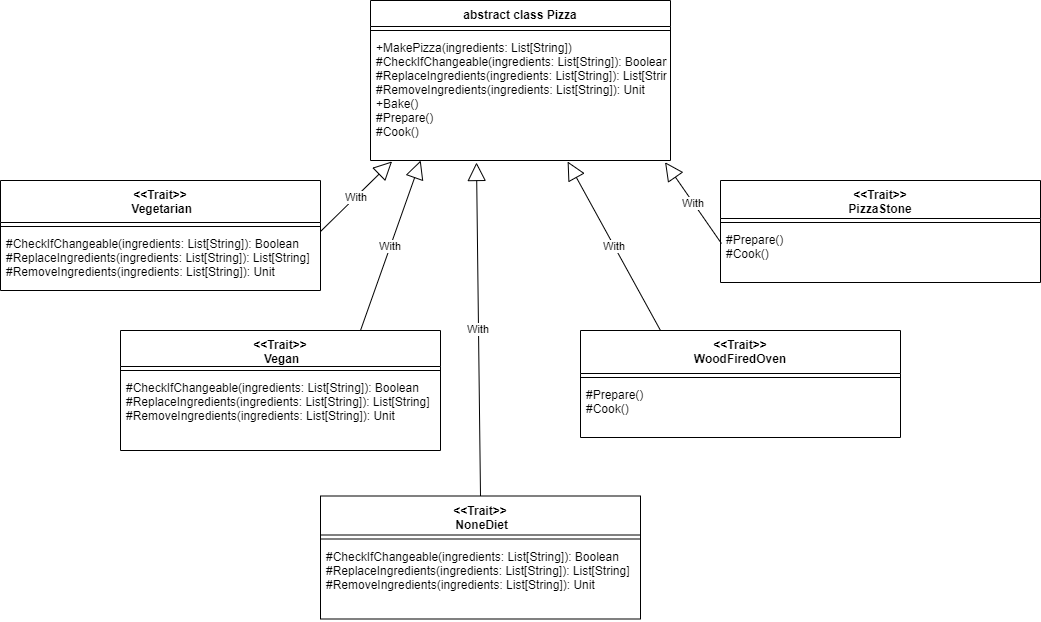
Before: mixin diagram/mixin.png, a diagram exported from draw.io (gabrielezi/PSP). Source tidied: cells renumbered, new cells last; positions are measured from the earlier drawing's top-left corner, leaving out a move shared by most shapes.
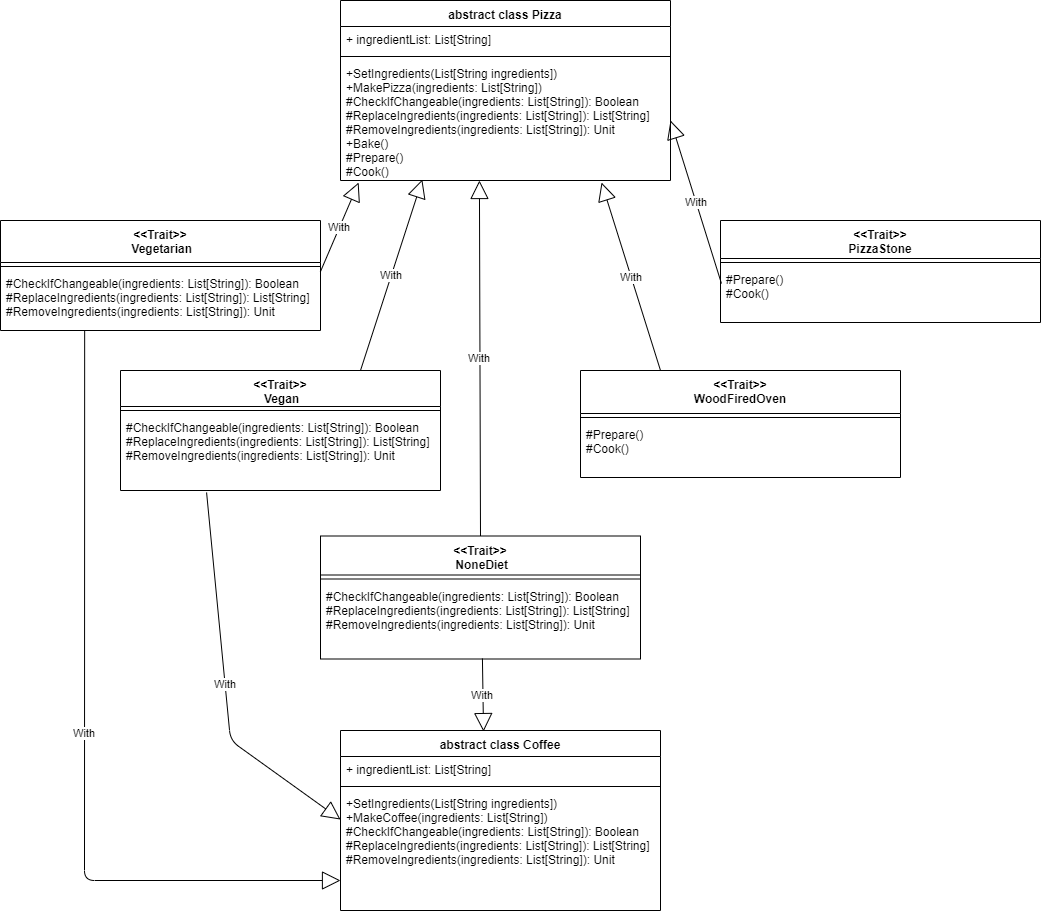
Later version of the same file.

The edit, as a diff of the source:
```diff
@@ -2,35 +2,18 @@
   <root>
     <mxCell id="0" />
     <mxCell id="1" parent="0" />
-    <mxCell id="2" value="With" style="endArrow=block;endSize=16;endFill=0;html=1;entryX=0.253;entryY=1.007;entryDx=0;entryDy=0;entryPerimeter=0;exitX=1;exitY=0.017;exitDx=0;exitDy=0;exitPerimeter=0;" parent="1" edge="1" source="11">
-      <mxGeometry relative="1" as="geometry">
-        <mxPoint x="391.6" y="160.9" as="targetPoint" />
-      </mxGeometry>
+    <mxCell id="2" value="With" style="endArrow=block;endSize=16;endFill=0;html=1;entryX=0.055;entryY=1.017;entryDx=0;entryDy=0;entryPerimeter=0;exitX=1;exitY=0.017;exitDx=0;exitDy=0;exitPerimeter=0;" parent="1" edge="1" source="11" target="27">
+      <mxGeometry relative="1" as="geometry" />
     </mxCell>
-    <mxCell id="3" value="With" style="endArrow=block;endSize=16;endFill=0;html=1;entryX=0.385;entryY=1;entryDx=0;entryDy=0;entryPerimeter=0;exitX=0.75;exitY=0;exitDx=0;exitDy=0;" parent="1" edge="1" source="15">
-      <mxGeometry relative="1" as="geometry">
-        <mxPoint x="420.2" y="160" as="targetPoint" />
-      </mxGeometry>
+    <mxCell id="3" value="With" style="endArrow=block;endSize=16;endFill=0;html=1;entryX=0.248;entryY=0.992;entryDx=0;entryDy=0;entryPerimeter=0;exitX=0.75;exitY=0;exitDx=0;exitDy=0;" parent="1" edge="1" source="15" target="27">
+      <mxGeometry relative="1" as="geometry" />
     </mxCell>
-    <mxCell id="4" value="With" style="endArrow=block;endSize=16;endFill=0;html=1;exitX=0.5;exitY=0;exitDx=0;exitDy=0;" parent="1" edge="1" source="12">
-      <mxGeometry relative="1" as="geometry">
-        <mxPoint x="476" y="162" as="targetPoint" />
-      </mxGeometry>
+    <mxCell id="4" value="With" style="endArrow=block;endSize=16;endFill=0;html=1;exitX=0.5;exitY=0;exitDx=0;exitDy=0;entryX=0.421;entryY=1;entryDx=0;entryDy=0;entryPerimeter=0;" parent="1" edge="1" source="12" target="27">
+      <mxGeometry relative="1" as="geometry" />
     </mxCell>
-    <mxCell id="5" value="With" style="endArrow=block;endSize=16;endFill=0;html=1;entryX=0.778;entryY=1.013;entryDx=0;entryDy=0;entryPerimeter=0;exitX=0.003;exitY=0.304;exitDx=0;exitDy=0;exitPerimeter=0;" parent="1" edge="1" source="23">
-      <mxGeometry relative="1" as="geometry">
-        <mxPoint x="664.6" y="161.7" as="targetPoint" />
-      </mxGeometry>
+    <mxCell id="5" value="With" style="endArrow=block;endSize=16;endFill=0;html=1;entryX=1;entryY=0.5;entryDx=0;entryDy=0;exitX=0.003;exitY=0.304;exitDx=0;exitDy=0;exitPerimeter=0;" parent="1" edge="1" source="23" target="27">
+      <mxGeometry relative="1" as="geometry" />
     </mxCell>
-    <mxCell id="6" value="abstract class Pizza" style="swimlane;fontStyle=1;align=center;verticalAlign=top;horizontal=1;startSize=26;" parent="1" vertex="1">
-      <mxGeometry x="370" width="300" height="160" as="geometry" />
-    </mxCell>
-    <mxCell id="7" style="line;strokeWidth=1;fillColor=none;align=left;verticalAlign=middle;spacingTop=-1;spacingLeft=3;spacingRight=3;labelPosition=right;" parent="6" vertex="1">
-      <mxGeometry y="26" width="300" height="8" as="geometry" />
-    </mxCell>
-    <mxCell id="8" value="+MakePizza(ingredients: List[String])&#10;#CheckIfChangeable(ingredients: List[String]): Boolean&#10;#ReplaceIngredients(ingredients: List[String]): List[String]&#10;#RemoveIngredients(ingredients: List[String]): Unit&#10;+Bake()&#10;#Prepare()&#10;#Cook()" style="text;strokeColor=none;fillColor=none;align=left;verticalAlign=top;spacingLeft=4;spacingRight=4;overflow=hidden;points=[[0,0.5],[1,0.5]];portConstraint=eastwest;" parent="6" vertex="1">
-      <mxGeometry y="34" width="300" height="126" as="geometry" />
-    </mxCell>
     <mxCell id="9" value="&lt;&lt;Trait&gt;&gt;&#10; Vegetarian" style="swimlane;fontStyle=1;align=center;verticalAlign=top;horizontal=1;startSize=42;" parent="1" vertex="1">
       <mxGeometry y="180" width="320" height="110" as="geometry" />
     </mxCell>
@@ -76,8 +59,49 @@
     <mxCell id="23" value="#Prepare()&#10;#Cook()" style="text;strokeColor=none;fillColor=none;align=left;verticalAlign=top;spacingLeft=4;spacingRight=4;overflow=hidden;points=[[0,0.5],[1,0.5]];portConstraint=eastwest;" parent="21" vertex="1">
       <mxGeometry y="46" width="320" height="56" as="geometry" />
     </mxCell>
-    <mxCell id="24" value="With" style="endArrow=block;endSize=16;endFill=0;html=1;exitX=0.25;exitY=0;exitDx=0;exitDy=0;entryX=0.657;entryY=1.008;entryDx=0;entryDy=0;entryPerimeter=0;" parent="1" edge="1" source="18" target="8">
+    <mxCell id="24" value="With" style="endArrow=block;endSize=16;endFill=0;html=1;exitX=0.25;exitY=0;exitDx=0;exitDy=0;entryX=0.791;entryY=1.017;entryDx=0;entryDy=0;entryPerimeter=0;" parent="1" edge="1" source="18" target="27">
       <mxGeometry relative="1" as="geometry" />
     </mxCell>
+    <mxCell id="6" value="abstract class Pizza" style="swimlane;fontStyle=1;align=center;verticalAlign=top;horizontal=1;startSize=26;" parent="1" vertex="1">
+      <mxGeometry x="340" y="-40" width="330" height="180" as="geometry" />
+    </mxCell>
+    <mxCell id="25" value="+ ingredientList: List[String]" style="text;strokeColor=none;fillColor=none;align=left;verticalAlign=top;spacingLeft=4;spacingRight=4;overflow=hidden;" parent="6" vertex="1">
+      <mxGeometry y="26" width="330" height="26" as="geometry" />
+    </mxCell>
+    <mxCell id="26" style="line;strokeWidth=1;fillColor=none;align=left;verticalAlign=middle;spacingTop=-1;spacingLeft=3;spacingRight=3;labelPosition=right;" parent="6" vertex="1">
+      <mxGeometry y="52" width="330" height="8" as="geometry" />
+    </mxCell>
+    <mxCell id="27" value="+SetIngredients(List[String ingredients])&#10;+MakePizza(ingredients: List[String])&#10;#CheckIfChangeable(ingredients: List[String]): Boolean&#10;#ReplaceIngredients(ingredients: List[String]): List[String]&#10;#RemoveIngredients(ingredients: List[String]): Unit&#10;+Bake()&#10;#Prepare()&#10;#Cook()" style="text;strokeColor=none;fillColor=none;align=left;verticalAlign=top;spacingLeft=4;spacingRight=4;overflow=hidden;points=[[0,0.5],[1,0.5]];portConstraint=eastwest;" parent="6" vertex="1">
+      <mxGeometry y="60" width="330" height="120" as="geometry" />
+    </mxCell>
+    <mxCell id="28" value="abstract class Coffee" style="swimlane;fontStyle=1;align=center;verticalAlign=top;horizontal=1;startSize=26;" parent="1" vertex="1">
+      <mxGeometry x="340" y="690" width="320" height="180" as="geometry" />
+    </mxCell>
+    <mxCell id="29" value="+ ingredientList: List[String]" style="text;strokeColor=none;fillColor=none;align=left;verticalAlign=top;spacingLeft=4;spacingRight=4;overflow=hidden;" parent="28" vertex="1">
+      <mxGeometry y="26" width="320" height="26" as="geometry" />
+    </mxCell>
+    <mxCell id="30" style="line;strokeWidth=1;fillColor=none;align=left;verticalAlign=middle;spacingTop=-1;spacingLeft=3;spacingRight=3;labelPosition=right;" parent="28" vertex="1">
+      <mxGeometry y="52" width="320" height="8" as="geometry" />
+    </mxCell>
+    <mxCell id="31" value="+SetIngredients(List[String ingredients])&#10;+MakeCoffee(ingredients: List[String])&#10;#CheckIfChangeable(ingredients: List[String]): Boolean&#10;#ReplaceIngredients(ingredients: List[String]): List[String]&#10;#RemoveIngredients(ingredients: List[String]): Unit" style="text;strokeColor=none;fillColor=none;align=left;verticalAlign=top;spacingLeft=4;spacingRight=4;overflow=hidden;points=[[0,0.5],[1,0.5]];portConstraint=eastwest;" parent="28" vertex="1">
+      <mxGeometry y="60" width="320" height="120" as="geometry" />
+    </mxCell>
+    <mxCell id="32" value="With" style="endArrow=block;endSize=16;endFill=0;html=1;exitX=0.269;exitY=1.026;exitDx=0;exitDy=0;entryX=0;entryY=0.242;entryDx=0;entryDy=0;entryPerimeter=0;exitPerimeter=0;" parent="1" edge="1" source="17" target="31">
+      <mxGeometry relative="1" as="geometry">
+        <Array as="points">
+          <mxPoint x="230" y="700" />
+        </Array>
+      </mxGeometry>
+    </mxCell>
+    <mxCell id="33" value="With" style="endArrow=block;endSize=16;endFill=0;html=1;exitX=0.506;exitY=0.993;exitDx=0;exitDy=0;entryX=0.447;entryY=0.006;entryDx=0;entryDy=0;exitPerimeter=0;entryPerimeter=0;" parent="1" edge="1" source="14" target="28">
+      <mxGeometry relative="1" as="geometry" />
+    </mxCell>
+    <mxCell id="34" value="With" style="endArrow=block;endSize=16;endFill=0;html=1;exitX=0.263;exitY=1;exitDx=0;exitDy=0;entryX=0;entryY=0.75;entryDx=0;entryDy=0;exitPerimeter=0;entryPerimeter=0;" parent="1" edge="1" source="11" target="31">
+      <mxGeometry relative="1" as="geometry">
+        <Array as="points">
+          <mxPoint x="84" y="840" />
+        </Array>
+      </mxGeometry>
+    </mxCell>
   </root>
 </mxGraphModel>
```
